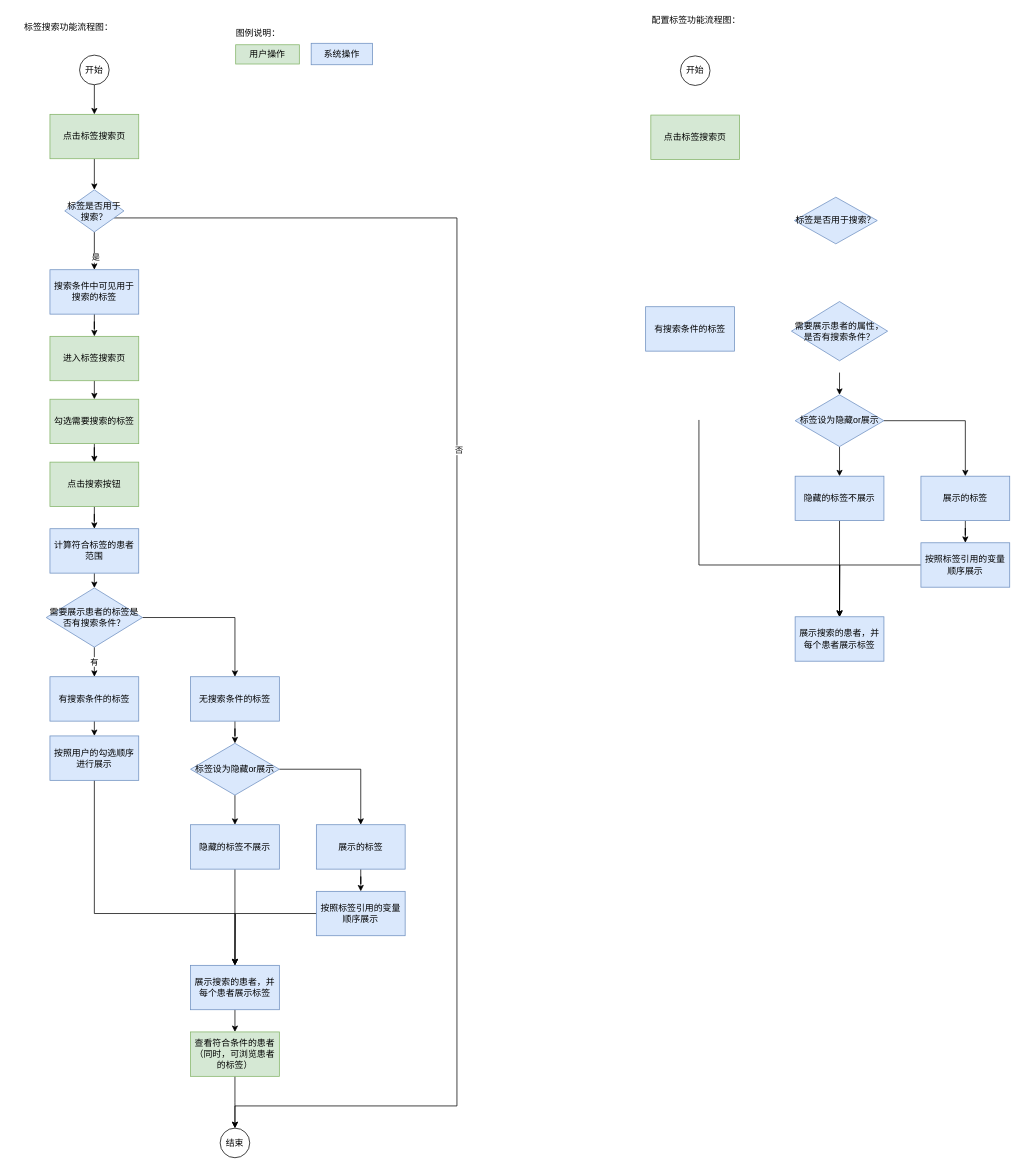
Earlier version of the draw.io diagram 未命名绘图.drawio (ElsaTravel/hello-world). Source tidied: cells renumbered, new cells numbered last; positions are measured from the earlier drawing's top-left corner, leaving out a move shared by most shapes. Both pictures are drawn from the tidied source at 74%, with x=0, y=0 at pixel (13, 13).
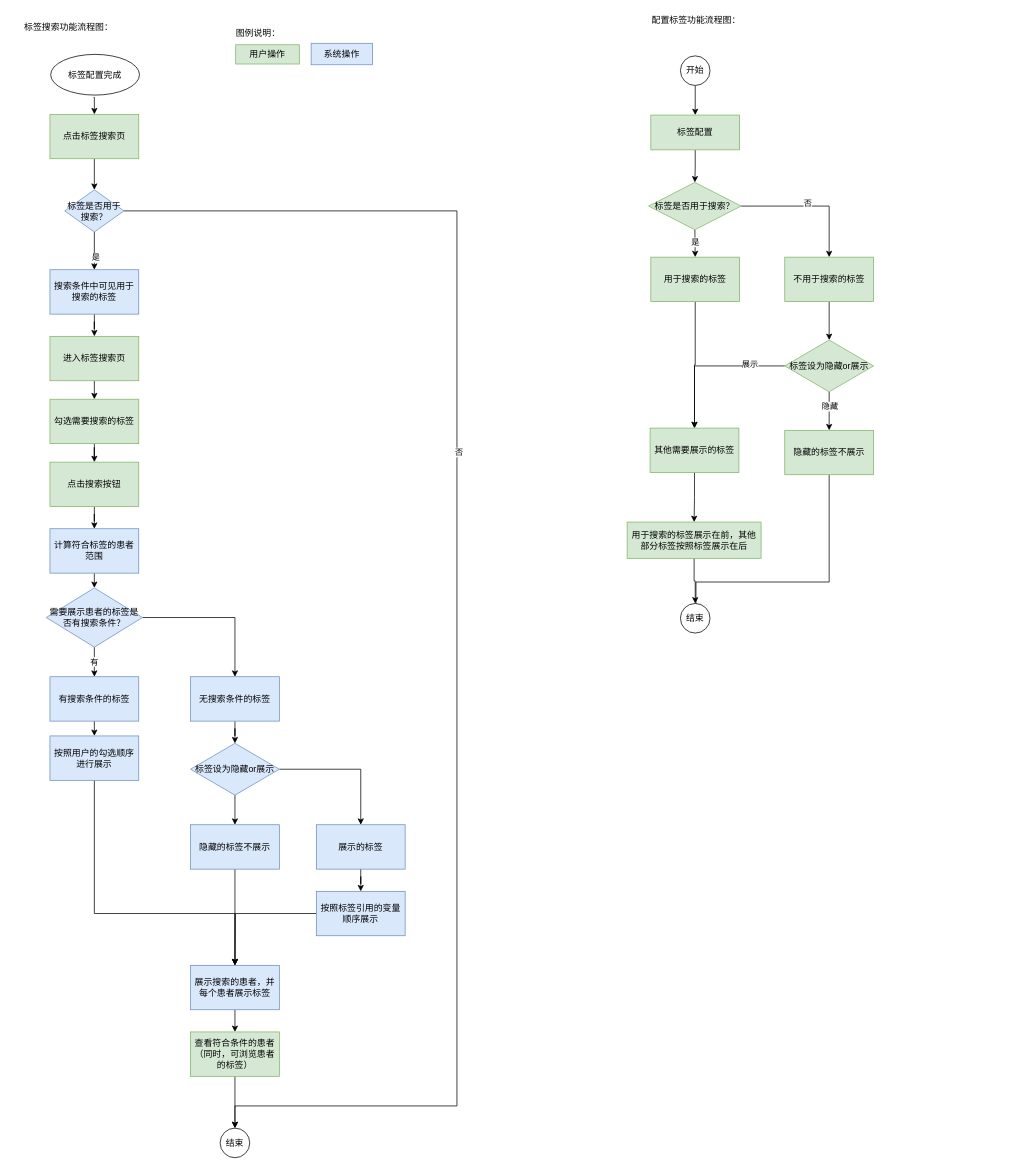
The same page after the edit.

Commit message:
标签配置流程图.drawio

The change refers to these unchanged cells:
```xml
<mxCell id="3" value="点击标签搜索页" style="rounded=0;whiteSpace=wrap;html=1;fillColor=#d5e8d4;strokeColor=#82b366;" parent="1" vertex="1">
  <mxGeometry x="50" y="137" width="120" height="60" as="geometry" />
</mxCell>
<mxCell id="8" value="标签是否用于搜索？" style="rhombus;whiteSpace=wrap;html=1;fillColor=#dae8fc;strokeColor=#6c8ebf;" parent="1" vertex="1">
  <mxGeometry x="70" y="239" width="80" height="57" as="geometry" />
</mxCell>
<mxCell id="45" value="结束" style="ellipse;whiteSpace=wrap;html=1;" parent="1" vertex="1">
  <mxGeometry x="280" y="1507" width="40" height="40" as="geometry" />
</mxCell>
<mxCell id="49" value="开始" style="ellipse;whiteSpace=wrap;html=1;" parent="1" vertex="1">
  <mxGeometry x="902" y="58" width="40" height="40" as="geometry" />
</mxCell>
<mxCell id="55" style="edgeStyle=orthogonalEdgeStyle;rounded=0;jettySize=auto;html=1;entryX=0.5;entryY=0;entryDx=0;entryDy=0;" parent="1" edge="1" source="57" target="59">
  <mxGeometry relative="1" as="geometry" />
</mxCell>
<mxCell id="56" style="edgeStyle=orthogonalEdgeStyle;rounded=0;jettySize=auto;html=1;entryX=0.5;entryY=0;entryDx=0;entryDy=0;" parent="1" edge="1" source="57" target="61">
  <mxGeometry relative="1" as="geometry" />
</mxCell>
```

Diff of the diagram source:
```diff
@@
-    <mxCell id="4" style="edgeStyle=orthogonalEdgeStyle;rounded=0;jettySize=auto;html=1;entryX=0.5;entryY=0;entryDx=0;entryDy=0;" parent="1" edge="1" source="8" target="45">
+    <mxCell id="4" style="edgeStyle=orthogonalEdgeStyle;rounded=0;jettySize=auto;html=1;entryX=0.5;entryY=0;entryDx=0;entryDy=0;exitX=1;exitY=0.5;exitDx=0;exitDy=0;" parent="1" edge="1" source="8" target="45">
       <mxGeometry relative="1" as="geometry">
         <Array as="points">
-          <mxPoint x="600" y="277" />
+          <mxPoint x="600" y="268" />
           <mxPoint x="600" y="1477" />
           <mxPoint x="300" y="1477" />
         </Array>
       </mxGeometry>
     </mxCell>
@@
-    <mxCell id="9" style="edgeStyle=orthogonalEdgeStyle;rounded=0;jettySize=auto;html=1;exitX=0.5;exitY=1;exitDx=0;exitDy=0;entryX=0.5;entryY=0;entryDx=0;entryDy=0;" parent="1" edge="1" source="10" target="3">
-      <mxGeometry relative="1" as="geometry" />
+    <mxCell id="9" style="edgeStyle=orthogonalEdgeStyle;rounded=0;jettySize=auto;html=1;exitX=0.5;exitY=1;exitDx=0;exitDy=0;entryX=0.5;entryY=0;entryDx=0;entryDy=0;" parent="1" edge="1" target="3">
+      <mxGeometry relative="1" as="geometry">
+        <mxPoint x="109" y="114" as="sourcePoint" />
+      </mxGeometry>
     </mxCell>
-    <mxCell id="10" value="开始" style="ellipse;whiteSpace=wrap;html=1;" parent="1" vertex="1">
-      <mxGeometry x="90" y="57" width="40" height="40" as="geometry" />
-    </mxCell>
@@
+    <mxCell id="67" style="edgeStyle=orthogonalEdgeStyle;rounded=0;jettySize=auto;html=1;" parent="1" edge="1" source="49" target="50">
+      <mxGeometry relative="1" as="geometry" />
+    </mxCell>
@@
+    <mxCell id="68" style="edgeStyle=orthogonalEdgeStyle;rounded=0;jettySize=auto;html=1;entryX=0.5;entryY=0;entryDx=0;entryDy=0;" parent="1" edge="1" source="50" target="65">
+      <mxGeometry relative="1" as="geometry" />
+    </mxCell>
-    <mxCell id="50" value="点击标签搜索页" style="rounded=0;whiteSpace=wrap;html=1;fillColor=#d5e8d4;strokeColor=#82b366;" parent="1" vertex="1">
-      <mxGeometry x="862" y="138" width="120" height="60" as="geometry" />
+    <mxCell id="50" value="标签配置" style="rounded=0;whiteSpace=wrap;html=1;fillColor=#d5e8d4;strokeColor=#82b366;" parent="1" vertex="1">
+      <mxGeometry x="862" y="138" width="120" height="47" as="geometry" />
     </mxCell>
-    <mxCell id="51" value="需要展示患者的属性，是否有搜索条件？" style="rhombus;whiteSpace=wrap;html=1;fillColor=#dae8fc;strokeColor=#6c8ebf;" parent="1" vertex="1">
-      <mxGeometry x="1052" y="390" width="130" height="80" as="geometry" />
-    </mxCell>
+    <mxCell id="69" style="edgeStyle=orthogonalEdgeStyle;rounded=0;jettySize=auto;html=1;exitX=0.5;exitY=1;exitDx=0;exitDy=0;entryX=0.5;entryY=0;entryDx=0;entryDy=0;" parent="1" edge="1" source="52" target="57">
+      <mxGeometry relative="1" as="geometry" />
+    </mxCell>
-    <mxCell id="52" value="有搜索条件的标签" style="rounded=0;whiteSpace=wrap;html=1;fillColor=#dae8fc;strokeColor=#6c8ebf;" parent="1" vertex="1">
-      <mxGeometry x="855" y="397" width="120" height="60" as="geometry" />
+    <mxCell id="52" value="不用于搜索的标签" style="rounded=0;whiteSpace=wrap;html=1;fillColor=#d5e8d4;strokeColor=#82b366;" parent="1" vertex="1">
+      <mxGeometry x="1043" y="330" width="120" height="60" as="geometry" />
     </mxCell>
-    <mxCell id="53" style="edgeStyle=orthogonalEdgeStyle;rounded=0;jettySize=auto;html=1;entryX=0.5;entryY=0;entryDx=0;entryDy=0;" parent="1" edge="1" target="57">
-      <mxGeometry relative="1" as="geometry">
-        <mxPoint x="1117" y="486" as="sourcePoint" />
-      </mxGeometry>
-    </mxCell>
-    <mxCell id="54" style="edgeStyle=orthogonalEdgeStyle;rounded=0;jettySize=auto;html=1;" parent="1" edge="1" target="64">
-      <mxGeometry relative="1" as="geometry">
-        <mxPoint x="927" y="550" as="sourcePoint" />
-        <Array as="points">
-          <mxPoint x="927" y="746" />
-          <mxPoint x="1117" y="746" />
-        </Array>
-      </mxGeometry>
-    </mxCell>
@@
+    <mxCell id="70" value="隐藏" style="edgeLabel;html=1;align=center;verticalAlign=middle;" parent="55" vertex="1">
+      <mxGeometry x="-0.27" relative="1" as="geometry" />
+    </mxCell>
@@
+    <mxCell id="71" value="展示" style="edgeLabel;html=1;align=center;verticalAlign=middle;" parent="56" vertex="1">
+      <mxGeometry x="-0.53" y="-3" relative="1" as="geometry" />
+    </mxCell>
-    <mxCell id="57" value="标签设为隐藏or展示" style="rhombus;whiteSpace=wrap;html=1;fillColor=#dae8fc;strokeColor=#6c8ebf;" parent="1" vertex="1">
-      <mxGeometry x="1057" y="516" width="120" height="70" as="geometry" />
+    <mxCell id="57" value="标签设为隐藏or展示" style="rhombus;whiteSpace=wrap;html=1;fillColor=#d5e8d4;strokeColor=#82b366;" parent="1" vertex="1">
+      <mxGeometry x="1043" y="442" width="120" height="70" as="geometry" />
     </mxCell>
-    <mxCell id="58" style="edgeStyle=orthogonalEdgeStyle;rounded=0;jettySize=auto;html=1;" parent="1" edge="1" source="59" target="64">
-      <mxGeometry relative="1" as="geometry" />
-    </mxCell>
+    <mxCell id="72" style="edgeStyle=orthogonalEdgeStyle;rounded=0;jettySize=auto;html=1;exitX=0.5;exitY=1;exitDx=0;exitDy=0;entryX=0.5;entryY=0;entryDx=0;entryDy=0;" parent="1" edge="1" source="59" target="81">
+      <mxGeometry relative="1" as="geometry">
+        <Array as="points">
+          <mxPoint x="1103" y="769" />
+          <mxPoint x="923" y="769" />
+          <mxPoint x="923" y="825" />
+        </Array>
+      </mxGeometry>
+    </mxCell>
-    <mxCell id="59" value="隐藏的标签不展示" style="rounded=0;whiteSpace=wrap;html=1;fillColor=#dae8fc;strokeColor=#6c8ebf;" parent="1" vertex="1">
-      <mxGeometry x="1057" y="626" width="120" height="60" as="geometry" />
+    <mxCell id="59" value="隐藏的标签不展示" style="rounded=0;whiteSpace=wrap;html=1;fillColor=#d5e8d4;strokeColor=#82b366;" parent="1" vertex="1">
+      <mxGeometry x="1043" y="564" width="120" height="60" as="geometry" />
     </mxCell>
@@
-    <mxCell id="61" value="展示的标签" style="rounded=0;whiteSpace=wrap;html=1;fillColor=#dae8fc;strokeColor=#6c8ebf;" parent="1" vertex="1">
-      <mxGeometry x="1227" y="626" width="120" height="60" as="geometry" />
+    <mxCell id="61" value="其他需要展示的标签" style="rounded=0;whiteSpace=wrap;html=1;fillColor=#d5e8d4;strokeColor=#82b366;" parent="1" vertex="1">
+      <mxGeometry x="861" y="561" width="120" height="60" as="geometry" />
     </mxCell>
-    <mxCell id="62" style="edgeStyle=orthogonalEdgeStyle;rounded=0;jettySize=auto;html=1;" parent="1" edge="1" source="63">
-      <mxGeometry relative="1" as="geometry">
-        <mxPoint x="1117" y="816" as="targetPoint" />
-      </mxGeometry>
-    </mxCell>
+    <mxCell id="73" style="edgeStyle=orthogonalEdgeStyle;rounded=0;jettySize=auto;html=1;exitX=0.5;exitY=1;exitDx=0;exitDy=0;" parent="1" edge="1" source="63" target="81">
+      <mxGeometry relative="1" as="geometry" />
+    </mxCell>
-    <mxCell id="63" value="按照标签引用的变量顺序展示" style="rounded=0;whiteSpace=wrap;html=1;fillColor=#dae8fc;strokeColor=#6c8ebf;" parent="1" vertex="1">
-      <mxGeometry x="1227" y="716" width="120" height="60" as="geometry" />
+    <mxCell id="63" value="用于搜索的标签展示在前，其他部分标签按照标签展示在后" style="rounded=0;whiteSpace=wrap;html=1;fillColor=#d5e8d4;strokeColor=#82b366;" parent="1" vertex="1">
+      <mxGeometry x="830" y="688" width="181" height="49" as="geometry" />
     </mxCell>
-    <mxCell id="64" value="展示搜索的患者，并每个患者展示标签" style="rounded=0;whiteSpace=wrap;html=1;fillColor=#dae8fc;strokeColor=#6c8ebf;" parent="1" vertex="1">
-      <mxGeometry x="1057" y="816" width="120" height="60" as="geometry" />
-    </mxCell>
+    <mxCell id="74" style="edgeStyle=orthogonalEdgeStyle;rounded=0;jettySize=auto;html=1;exitX=0.5;exitY=1;exitDx=0;exitDy=0;entryX=0.5;entryY=0;entryDx=0;entryDy=0;" parent="1" edge="1" source="65" target="80">
+      <mxGeometry relative="1" as="geometry" />
+    </mxCell>
+    <mxCell id="75" value="是" style="edgeLabel;html=1;align=center;verticalAlign=middle;" parent="74" vertex="1">
+      <mxGeometry x="-0.09" relative="1" as="geometry" />
+    </mxCell>
+    <mxCell id="76" style="edgeStyle=orthogonalEdgeStyle;rounded=0;jettySize=auto;html=1;exitX=1;exitY=0.5;exitDx=0;exitDy=0;" parent="1" edge="1" source="65" target="52">
+      <mxGeometry relative="1" as="geometry" />
+    </mxCell>
+    <mxCell id="77" value="否" style="edgeLabel;html=1;align=center;verticalAlign=middle;" parent="76" vertex="1">
+      <mxGeometry x="-0.05" y="4" relative="1" as="geometry" />
+    </mxCell>
-    <mxCell id="65" value="标签是否用于搜索？" style="rhombus;whiteSpace=wrap;html=1;fillColor=#dae8fc;strokeColor=#6c8ebf;" parent="1" vertex="1">
-      <mxGeometry x="1056" y="249" width="112" height="63" as="geometry" />
+    <mxCell id="65" value="标签是否用于搜索？" style="rhombus;whiteSpace=wrap;html=1;fillColor=#d5e8d4;strokeColor=#82b366;" parent="1" vertex="1">
+      <mxGeometry x="859" y="229" width="125" height="64" as="geometry" />
     </mxCell>
@@
+    <mxCell id="78" value="&lt;span&gt;标签配置完成&lt;/span&gt;" style="ellipse;whiteSpace=wrap;html=1;" parent="1" vertex="1">
+      <mxGeometry x="51" y="56" width="120" height="55" as="geometry" />
+    </mxCell>
+    <mxCell id="79" style="edgeStyle=orthogonalEdgeStyle;rounded=0;jettySize=auto;html=1;" parent="1" edge="1" source="80" target="61">
+      <mxGeometry relative="1" as="geometry" />
+    </mxCell>
+    <mxCell id="80" value="用于搜索的标签" style="rounded=0;whiteSpace=wrap;html=1;fillColor=#d5e8d4;strokeColor=#82b366;" parent="1" vertex="1">
+      <mxGeometry x="862" y="330" width="120" height="60" as="geometry" />
+    </mxCell>
+    <mxCell id="81" value="结束" style="ellipse;whiteSpace=wrap;html=1;" parent="1" vertex="1">
+      <mxGeometry x="902" y="798" width="40" height="40" as="geometry" />
+    </mxCell>
```
